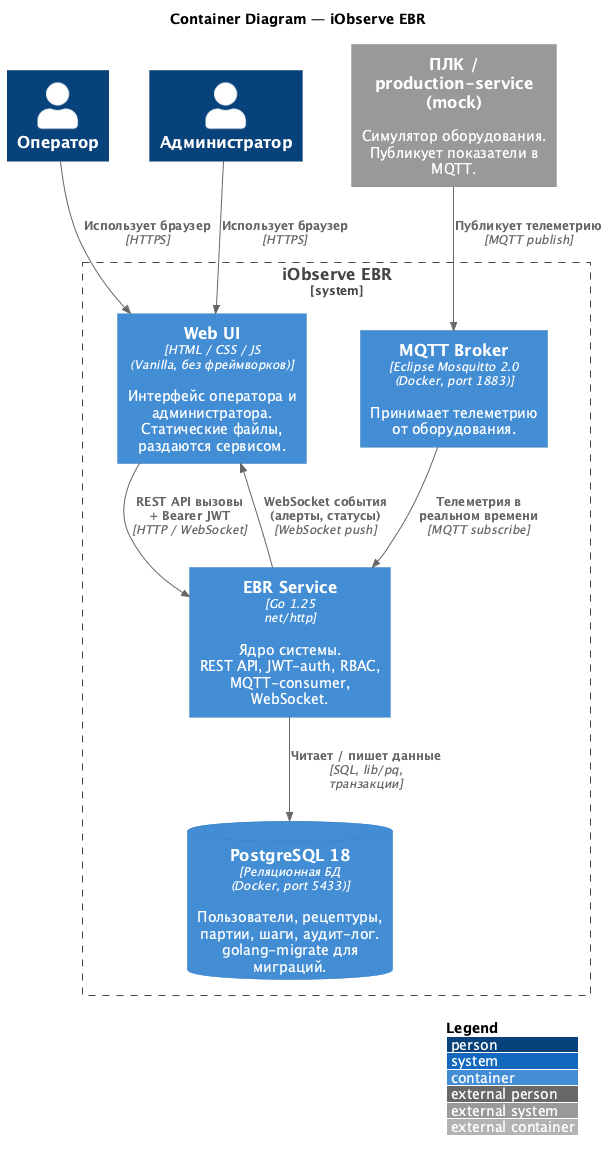
Earlier version of the PlantUML export docs/diagrams-out/C4-Container.png (aleksandraasadova/ebr-monitoring-service). The source it was exported from:
```plantuml
@startuml C4-Container
!include https://raw.githubusercontent.com/plantuml-stdlib/C4-PlantUML/master/C4_Container.puml

LAYOUT_WITH_LEGEND()

title Container Diagram — iObserve EBR

Person(operator, "Оператор")
Person(admin, "Администратор")

System_Boundary(ebr_system, "iObserve EBR") {

    Container(web_ui, "Web UI", "HTML / CSS / JS\n(Vanilla, без фреймворков)", "Интерфейс оператора и администратора.\nСтатические файлы, раздаются сервисом.")

    Container(ebr_svc, "EBR Service", "Go 1.25\nnet/http", "Ядро системы.\nREST API, JWT-auth, RBAC,\nMQTT-consumer, WebSocket.")

    ContainerDb(postgres, "PostgreSQL 18", "Реляционная БД\n(Docker, port 5433)", "Пользователи, рецептуры,\nпартии, шаги, аудит-лог.\ngolang-migrate для миграций.")

    Container(mosquitto, "MQTT Broker", "Eclipse Mosquitto 2.0\n(Docker, port 1883)", "Принимает телеметрию\nот оборудования.")
}

System_Ext(plc, "ПЛК / production-service (mock)", "Симулятор оборудования.\nПубликует показатели в MQTT.")

Rel(operator, web_ui, "Использует браузер", "HTTPS")
Rel(admin, web_ui, "Использует браузер", "HTTPS")
Rel(web_ui, ebr_svc, "REST API вызовы\n+ Bearer JWT", "HTTP / WebSocket")
Rel(ebr_svc, postgres, "Читает / пишет данные", "SQL, lib/pq, транзакции")
Rel(plc, mosquitto, "Публикует телеметрию", "MQTT publish")
Rel(mosquitto, ebr_svc, "Телеметрия в реальном времени", "MQTT subscribe")
Rel(ebr_svc, web_ui, "WebSocket события\n(алерты, статусы)", "WebSocket push")

@enduml
```
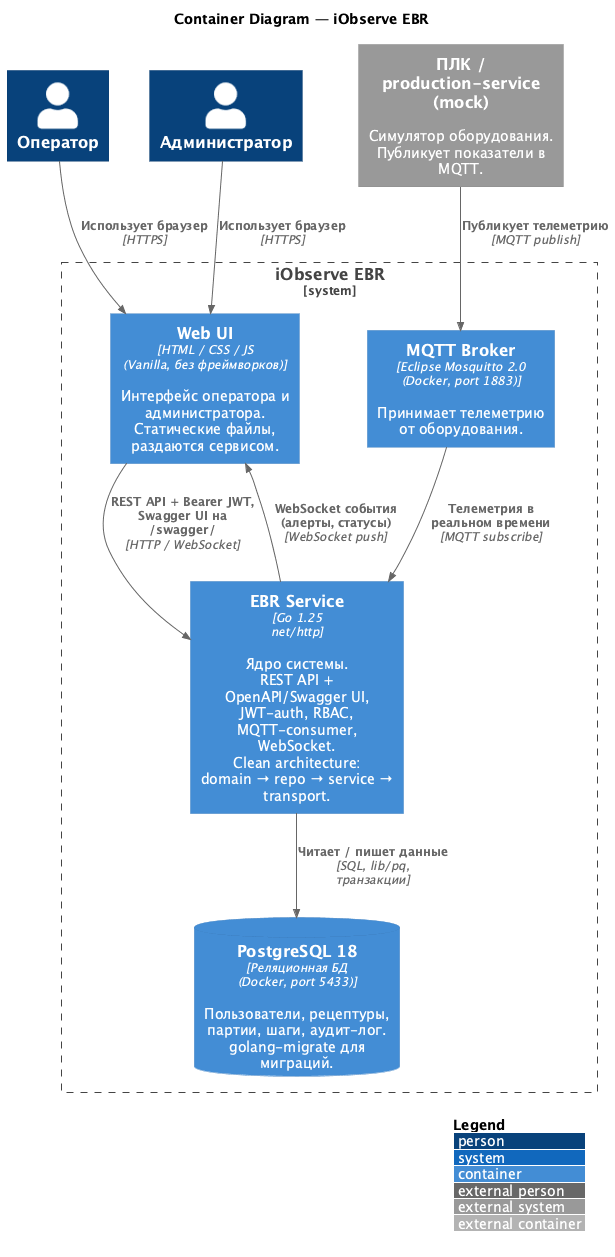
After the change.

Change to the diagram source:
```diff
@@ -1,5 +1,5 @@
 @startuml C4-Container
-!include https://raw.githubusercontent.com/plantuml-stdlib/C4-PlantUML/master/C4_Container.puml
+!include <C4/C4_Container>
 
 LAYOUT_WITH_LEGEND()
 
@@ -12,7 +12,7 @@
 
     Container(web_ui, "Web UI", "HTML / CSS / JS\n(Vanilla, без фреймворков)", "Интерфейс оператора и администратора.\nСтатические файлы, раздаются сервисом.")
 
-    Container(ebr_svc, "EBR Service", "Go 1.25\nnet/http", "Ядро системы.\nREST API, JWT-auth, RBAC,\nMQTT-consumer, WebSocket.")
+    Container(ebr_svc, "EBR Service", "Go 1.25\nnet/http", "Ядро системы.\nREST API + OpenAPI/Swagger UI,\nJWT-auth, RBAC,\nMQTT-consumer, WebSocket.\nClean architecture:\ndomain → repo → service → transport.")
 
     ContainerDb(postgres, "PostgreSQL 18", "Реляционная БД\n(Docker, port 5433)", "Пользователи, рецептуры,\nпартии, шаги, аудит-лог.\ngolang-migrate для миграций.")
 
@@ -23,7 +23,7 @@
 
 Rel(operator, web_ui, "Использует браузер", "HTTPS")
 Rel(admin, web_ui, "Использует браузер", "HTTPS")
-Rel(web_ui, ebr_svc, "REST API вызовы\n+ Bearer JWT", "HTTP / WebSocket")
+Rel(web_ui, ebr_svc, "REST API + Bearer JWT,\nSwagger UI на /swagger/", "HTTP / WebSocket")
 Rel(ebr_svc, postgres, "Читает / пишет данные", "SQL, lib/pq, транзакции")
 Rel(plc, mosquitto, "Публикует телеметрию", "MQTT publish")
 Rel(mosquitto, ebr_svc, "Телеметрия в реальном времени", "MQTT subscribe")
```
